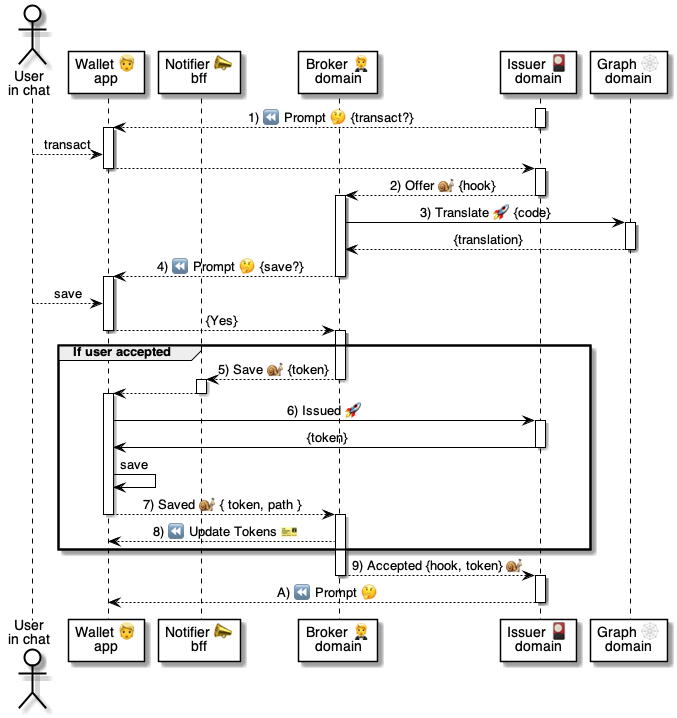
Earlier version of the PlantUML export 4 ⚙️ Solution/20 🧑‍🦰 UI/Wallets 🧑‍🦰/🧑‍🦰💬 Wallet chats/...in Prompts 🤔/Save Token 👉🎴🎫/🧑‍🦰 Save token ⚙️ uml.png (pollyweb-org/pollyweb-docs). Its source is kept beside it as 4 ⚙️ Solution/20 🧑‍🦰 UI/Wallets 🧑‍🦰/🧑‍🦰💬 Wallet chats/...in Prompts 🤔/Save Token 👉🎴🎫/🧑‍🦰 Save token ⚙️ uml.puml.
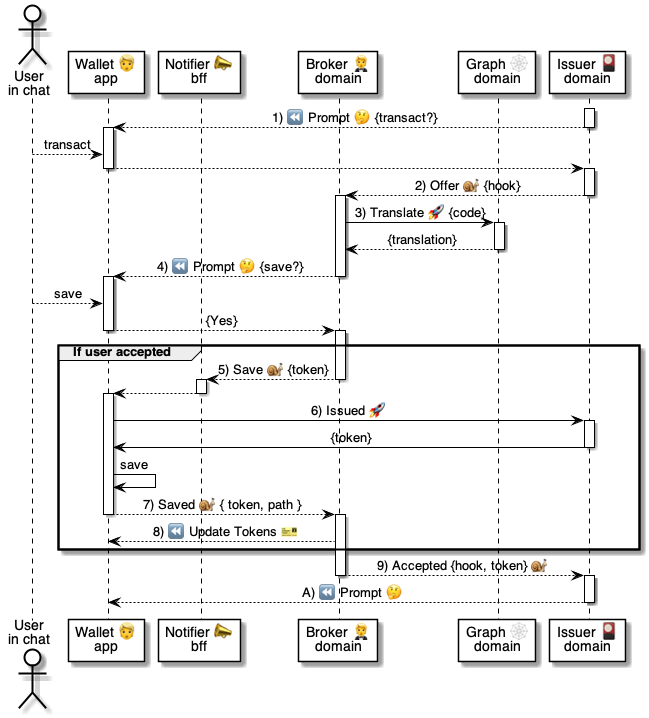
The same diagram one commit later.

Diff of the diagram source:
```diff
@@ -5,8 +5,8 @@
 participant "Wallet 👱\napp" as wallet
 participant "Notifier 📣\nbff" as notifier
 participant "Broker 🤵\ndomain" as broker
+participant "Graph 🕸\ndomain" as graph
 participant "Issuer 🎴\ndomain" as issuer
-participant "Graph 🕸\ndomain" as graph
 
 
 activate issuer
```
